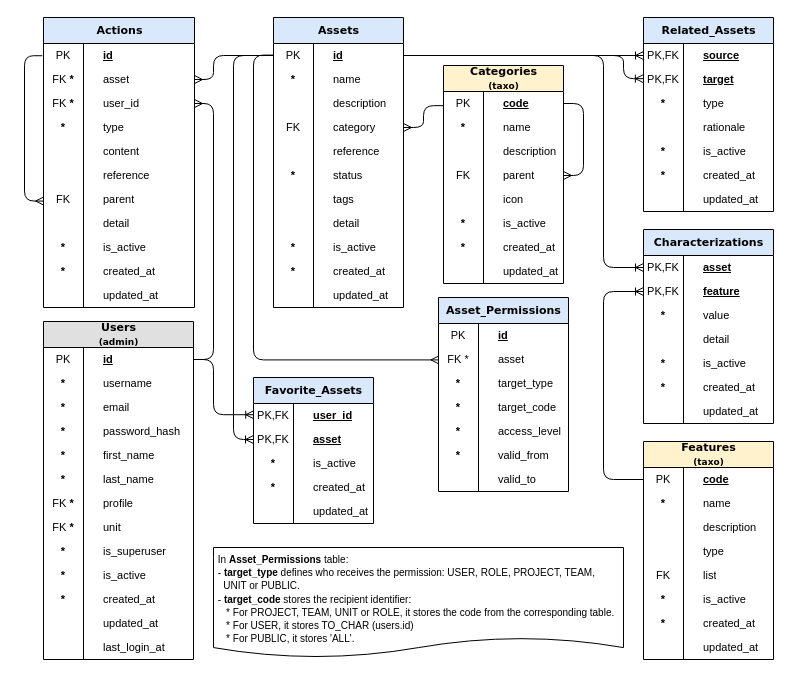
Earlier version of the draw.io diagram page "lib" (5 of 7) of docs/models.drawio (abc-flex/synapxia). Source tidied: cells renumbered, new cells numbered last; positions are measured from the earlier drawing's top-left corner, leaving out a move shared by most shapes. Both pictures are drawn from the tidied source at 100%, with x=0, y=0 at pixel (24, 17).
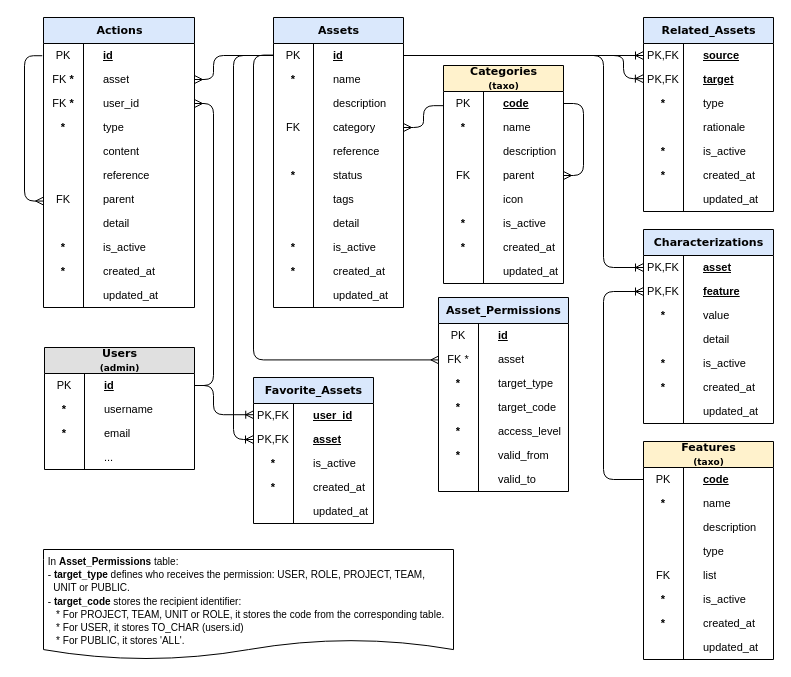
The same page after the edit.

The change refers to these unchanged cells:
```xml
<mxCell id="35" value="&lt;u&gt;id&lt;/u&gt;" style="shape=partialRectangle;top=0;left=0;right=0;bottom=0;html=1;align=left;verticalAlign=middle;fillColor=none;spacingLeft=60;spacingRight=4;whiteSpace=wrap;overflow=hidden;points=[[0,0.5],[1,0.5]];portConstraint=eastwest;fontStyle=1;fontSize=11;spacing=0;shadow=0;" parent="34" vertex="1">
  <mxGeometry y="26" width="150" height="24" as="geometry" />
</mxCell>
<mxCell id="150" value="&lt;span style=&quot;font-weight: 400;&quot;&gt;PK,FK&lt;/span&gt;" style="shape=partialRectangle;fontStyle=1;top=0;left=0;bottom=0;html=1;fillColor=none;align=center;verticalAlign=middle;spacingLeft=4;spacingRight=4;whiteSpace=wrap;overflow=hidden;points=[];portConstraint=eastwest;fontSize=11;spacing=0;" parent="149" vertex="1">
  <mxGeometry width="40" height="24" as="geometry" />
</mxCell>
```

Change to the diagram source:
```diff
@@
     <mxCell id="34" value="&lt;font&gt;Users&lt;/font&gt;&lt;div&gt;&lt;font&gt;&lt;span style=&quot;font-size: 9px;&quot;&gt;(admin)&lt;/span&gt;&lt;/font&gt;&lt;/div&gt;" style="swimlane;html=1;fontStyle=1;horizontal=1;startSize=26;fillColor=#e0e0e0;swimlaneFillColor=#ffffff;align=center;rounded=0;shadow=0;comic=0;labelBackgroundColor=none;strokeWidth=1;fontFamily=Verdana;fontSize=11;spacing=0;" parent="1" vertex="1">
-      <mxGeometry x="19" y="304" width="150" height="338" as="geometry" />
+      <mxGeometry x="20" y="330" width="150" height="122" as="geometry" />
     </mxCell>
@@
-    <mxCell id="41" value="password_hash" style="shape=partialRectangle;top=0;left=0;right=0;bottom=0;html=1;align=left;verticalAlign=middle;fillColor=none;spacingLeft=60;spacingRight=4;whiteSpace=wrap;overflow=hidden;fontStyle=0;fontSize=11;spacing=0;" parent="34" vertex="1">
+    <mxCell id="41" value="..." style="shape=partialRectangle;top=0;left=0;right=0;bottom=0;html=1;align=left;verticalAlign=middle;fillColor=none;spacingLeft=60;spacingRight=4;whiteSpace=wrap;overflow=hidden;fontStyle=0;fontSize=11;spacing=0;" parent="34" vertex="1">
       <mxGeometry y="98" width="150" height="24" as="geometry" />
     </mxCell>
-    <mxCell id="42" value="&lt;b&gt;*&lt;/b&gt;" style="shape=partialRectangle;fontStyle=0;top=0;left=0;bottom=0;html=1;fillColor=none;align=center;verticalAlign=middle;spacingLeft=4;spacingRight=4;whiteSpace=wrap;overflow=hidden;fontSize=11;spacing=0;" parent="41" vertex="1">
+    <mxCell id="42" style="shape=partialRectangle;fontStyle=0;top=0;left=0;bottom=0;html=1;fillColor=none;align=center;verticalAlign=middle;spacingLeft=4;spacingRight=4;whiteSpace=wrap;overflow=hidden;fontSize=11;spacing=0;" parent="41" vertex="1">
       <mxGeometry width="40" height="24" as="geometry" />
     </mxCell>
-    <mxCell id="43" value="first_name" style="shape=partialRectangle;top=0;left=0;right=0;bottom=0;html=1;align=left;verticalAlign=middle;fillColor=none;spacingLeft=60;spacingRight=4;whiteSpace=wrap;overflow=hidden;fontStyle=0;fontSize=11;spacing=0;" parent="34" vertex="1">
-      <mxGeometry y="122" width="150" height="24" as="geometry" />
-    </mxCell>
-    <mxCell id="44" value="&lt;b&gt;*&lt;/b&gt;" style="shape=partialRectangle;fontStyle=0;top=0;left=0;bottom=0;html=1;fillColor=none;align=center;verticalAlign=middle;spacingLeft=4;spacingRight=4;whiteSpace=wrap;overflow=hidden;fontSize=11;spacing=0;" parent="43" vertex="1">
-      <mxGeometry width="40" height="24" as="geometry" />
-    </mxCell>
-    <mxCell id="45" value="last_name" style="shape=partialRectangle;top=0;left=0;right=0;bottom=0;html=1;align=left;verticalAlign=middle;fillColor=none;spacingLeft=60;spacingRight=4;whiteSpace=wrap;overflow=hidden;fontStyle=0;fontSize=11;spacing=0;" parent="34" vertex="1">
-      <mxGeometry y="146" width="150" height="24" as="geometry" />
-    </mxCell>
-    <mxCell id="46" value="&lt;b&gt;*&lt;/b&gt;" style="shape=partialRectangle;fontStyle=0;top=0;left=0;bottom=0;html=1;fillColor=none;align=center;verticalAlign=middle;spacingLeft=4;spacingRight=4;whiteSpace=wrap;overflow=hidden;fontSize=11;spacing=0;" parent="45" vertex="1">
-      <mxGeometry width="40" height="24" as="geometry" />
-    </mxCell>
-    <mxCell id="47" value="profile" style="shape=partialRectangle;top=0;left=0;right=0;bottom=0;html=1;align=left;verticalAlign=middle;fillColor=none;spacingLeft=60;spacingRight=4;whiteSpace=wrap;overflow=hidden;fontStyle=0;fontSize=11;spacing=0;" parent="34" vertex="1">
-      <mxGeometry y="170" width="150" height="24" as="geometry" />
-    </mxCell>
-    <mxCell id="48" value="FK&amp;nbsp;&lt;b&gt;*&lt;/b&gt;" style="shape=partialRectangle;fontStyle=0;top=0;left=0;bottom=0;html=1;fillColor=none;align=center;verticalAlign=middle;spacingLeft=4;spacingRight=4;whiteSpace=wrap;overflow=hidden;fontSize=11;spacing=0;" parent="47" vertex="1">
-      <mxGeometry width="40" height="24" as="geometry" />
-    </mxCell>
-    <mxCell id="49" value="unit" style="shape=partialRectangle;top=0;left=0;right=0;bottom=0;html=1;align=left;verticalAlign=middle;fillColor=none;spacingLeft=60;spacingRight=4;whiteSpace=wrap;overflow=hidden;fontStyle=0;fontSize=11;spacing=0;" parent="34" vertex="1">
-      <mxGeometry y="194" width="150" height="24" as="geometry" />
-    </mxCell>
-    <mxCell id="50" value="FK&amp;nbsp;&lt;b&gt;*&lt;/b&gt;" style="shape=partialRectangle;fontStyle=0;top=0;left=0;bottom=0;html=1;fillColor=none;align=center;verticalAlign=middle;spacingLeft=4;spacingRight=4;whiteSpace=wrap;overflow=hidden;fontSize=11;spacing=0;" parent="49" vertex="1">
-      <mxGeometry width="40" height="24" as="geometry" />
-    </mxCell>
-    <mxCell id="51" value="is_superuser" style="shape=partialRectangle;top=0;left=0;right=0;bottom=0;html=1;align=left;verticalAlign=middle;fillColor=none;spacingLeft=60;spacingRight=4;whiteSpace=wrap;overflow=hidden;fontStyle=0;fontSize=11;spacing=0;" parent="34" vertex="1">
-      <mxGeometry y="218" width="150" height="24" as="geometry" />
-    </mxCell>
-    <mxCell id="52" value="&lt;b&gt;*&lt;/b&gt;" style="shape=partialRectangle;fontStyle=0;top=0;left=0;bottom=0;html=1;fillColor=none;align=center;verticalAlign=middle;spacingLeft=4;spacingRight=4;whiteSpace=wrap;overflow=hidden;fontSize=11;spacing=0;" parent="51" vertex="1">
-      <mxGeometry width="40" height="24" as="geometry" />
-    </mxCell>
-    <mxCell id="53" value="is_active" style="shape=partialRectangle;top=0;left=0;right=0;bottom=0;html=1;align=left;verticalAlign=middle;fillColor=none;spacingLeft=60;spacingRight=4;whiteSpace=wrap;overflow=hidden;fontStyle=0;fontSize=11;spacing=0;" parent="34" vertex="1">
-      <mxGeometry y="242" width="150" height="24" as="geometry" />
-    </mxCell>
-    <mxCell id="54" value="&lt;b&gt;*&lt;/b&gt;" style="shape=partialRectangle;fontStyle=0;top=0;left=0;bottom=0;html=1;fillColor=none;align=center;verticalAlign=middle;spacingLeft=4;spacingRight=4;whiteSpace=wrap;overflow=hidden;fontSize=11;spacing=0;" parent="53" vertex="1">
-      <mxGeometry width="40" height="24" as="geometry" />
-    </mxCell>
-    <mxCell id="55" value="created_at" style="shape=partialRectangle;top=0;left=0;right=0;bottom=0;html=1;align=left;verticalAlign=middle;fillColor=none;spacingLeft=60;spacingRight=4;whiteSpace=wrap;overflow=hidden;fontStyle=0;fontSize=11;spacing=0;" parent="34" vertex="1">
-      <mxGeometry y="266" width="150" height="24" as="geometry" />
-    </mxCell>
-    <mxCell id="56" value="&lt;b&gt;*&lt;/b&gt;" style="shape=partialRectangle;fontStyle=0;top=0;left=0;bottom=0;html=1;fillColor=none;align=center;verticalAlign=middle;spacingLeft=4;spacingRight=4;whiteSpace=wrap;overflow=hidden;fontSize=11;spacing=0;" parent="55" vertex="1">
-      <mxGeometry width="40" height="24" as="geometry" />
-    </mxCell>
-    <mxCell id="57" value="updated_at" style="shape=partialRectangle;top=0;left=0;right=0;bottom=0;html=1;align=left;verticalAlign=middle;fillColor=none;spacingLeft=60;spacingRight=4;whiteSpace=wrap;overflow=hidden;fontStyle=0;fontSize=11;spacing=0;" parent="34" vertex="1">
-      <mxGeometry y="290" width="150" height="24" as="geometry" />
-    </mxCell>
-    <mxCell id="58" style="shape=partialRectangle;fontStyle=0;top=0;left=0;bottom=0;html=1;fillColor=none;align=center;verticalAlign=middle;spacingLeft=4;spacingRight=4;whiteSpace=wrap;overflow=hidden;fontSize=11;spacing=0;" parent="57" vertex="1">
-      <mxGeometry width="40" height="24" as="geometry" />
-    </mxCell>
-    <mxCell id="59" value="last_login_at" style="shape=partialRectangle;top=0;left=0;right=0;bottom=0;html=1;align=left;verticalAlign=middle;fillColor=none;spacingLeft=60;spacingRight=4;whiteSpace=wrap;overflow=hidden;fontStyle=0;fontSize=11;spacing=0;" parent="34" vertex="1">
-      <mxGeometry y="314" width="150" height="24" as="geometry" />
-    </mxCell>
-    <mxCell id="60" style="shape=partialRectangle;fontStyle=0;top=0;left=0;bottom=0;html=1;fillColor=none;align=center;verticalAlign=middle;spacingLeft=4;spacingRight=4;whiteSpace=wrap;overflow=hidden;fontSize=11;spacing=0;" parent="59" vertex="1">
-      <mxGeometry width="40" height="24" as="geometry" />
-    </mxCell>
@@
-    <mxCell id="160" style="edgeStyle=orthogonalEdgeStyle;html=1;startArrow=none;endArrow=ERoneToMany;rounded=1;fontFamily=Verdana;fontSize=11;fontStyle=1;endFill=0;spacing=0;startFill=0;exitX=1;exitY=0.5;exitDx=0;exitDy=0;entryX=0.006;entryY=0.468;entryDx=0;entryDy=0;entryPerimeter=0;" parent="1" edge="1" source="35" target="150">
+    <mxCell id="160" style="edgeStyle=orthogonalEdgeStyle;html=1;startArrow=none;endArrow=ERoneToMany;rounded=1;fontFamily=Verdana;fontSize=11;fontStyle=1;endFill=0;spacing=0;startFill=0;entryX=0.006;entryY=0.468;entryDx=0;entryDy=0;entryPerimeter=0;exitX=1;exitY=0.5;exitDx=0;exitDy=0;" parent="1" edge="1" source="35" target="150">
       <mxGeometry relative="1" as="geometry">
         <Array as="points">
-          <mxPoint x="189" y="342" />
-          <mxPoint x="189" y="397" />
+          <mxPoint x="189" y="368" />
+          <mxPoint x="189" y="398" />
         </Array>
       </mxGeometry>
     </mxCell>
@@
     <mxCell id="177" value="&lt;div&gt;&lt;span class=&quot;ͼt&quot;&gt;&lt;font style=&quot;font-size: 10px;&quot;&gt;&lt;br&gt;&lt;/font&gt;&lt;/span&gt;&lt;/div&gt;&lt;div&gt;&lt;span class=&quot;ͼt&quot;&gt;&lt;font style=&quot;font-size: 10px;&quot;&gt;&amp;nbsp;In&amp;nbsp;&lt;b&gt;Asset_Permissions&lt;/b&gt;&amp;nbsp;table:&lt;/font&gt;&lt;/span&gt;&lt;/div&gt;&lt;div&gt;&lt;font style=&quot;font-size: 10px;&quot;&gt;&lt;span class=&quot;ͼt&quot;&gt;&amp;nbsp;- &lt;b&gt;target_type&lt;/b&gt;&amp;nbsp;defines who receives the permission: USER, ROLE, PROJECT, TEAM,&amp;nbsp; &amp;nbsp; &amp;nbsp; &amp;nbsp; &amp;nbsp; &amp;nbsp; &amp;nbsp;UNIT or PUBLIC&lt;/span&gt;&lt;span style=&quot;background-color: transparent; color: light-dark(rgb(0, 0, 0), rgb(255, 255, 255));&quot;&gt;.&lt;/span&gt;&lt;/font&gt;&lt;/div&gt;&lt;div&gt;&lt;font style=&quot;font-size: 10px;&quot;&gt;&amp;nbsp;- &lt;b&gt;target_code&lt;/b&gt;&amp;nbsp;stores the recipient identifier:&lt;span style=&quot;background-color: transparent; color: light-dark(rgb(0, 0, 0), rgb(255, 255, 255));&quot;&gt;&lt;/span&gt;&lt;/font&gt;&lt;/div&gt;&lt;div&gt;&lt;font style=&quot;font-size: 10px;&quot;&gt;&lt;span class=&quot;ͼt&quot;&gt;&amp;nbsp; &amp;nbsp; *&amp;nbsp;&lt;/span&gt;&lt;span style=&quot;background-color: transparent; color: light-dark(rgb(0, 0, 0), rgb(255, 255, 255));&quot;&gt;For PROJECT, TEAM, UNIT or ROLE, it stores&lt;/span&gt;&lt;span style=&quot;background-color: transparent; color: light-dark(rgb(0, 0, 0), rgb(255, 255, 255));&quot;&gt;&amp;nbsp;the code from the corresponding table.&lt;/span&gt;&lt;/font&gt;&lt;/div&gt;&lt;div&gt;&lt;font style=&quot;font-size: 10px;&quot;&gt;&amp;nbsp; &amp;nbsp; * For USER, it stores TO_CHAR (users.id)&lt;/font&gt;&lt;/div&gt;&lt;div&gt;&lt;font style=&quot;font-size: 10px;&quot;&gt;&lt;span style=&quot;background-color: transparent; color: light-dark(rgb(0, 0, 0), rgb(255, 255, 255));&quot;&gt;&amp;nbsp; &amp;nbsp; * For PUBLIC, it stores&lt;/span&gt;&lt;span style=&quot;background-color: transparent; color: light-dark(rgb(0, 0, 0), rgb(255, 255, 255));&quot;&gt;&amp;nbsp;'ALL'.&lt;/span&gt;&lt;/font&gt;&lt;br&gt;&lt;/div&gt;" style="shape=document;whiteSpace=wrap;html=1;boundedLbl=1;size=0.18018018018018017;align=left;fontSize=11;" parent="1" vertex="1">
-      <mxGeometry x="189" y="530" width="410" height="110" as="geometry" />
+      <mxGeometry x="19" y="532" width="410" height="110" as="geometry" />
     </mxCell>
```
